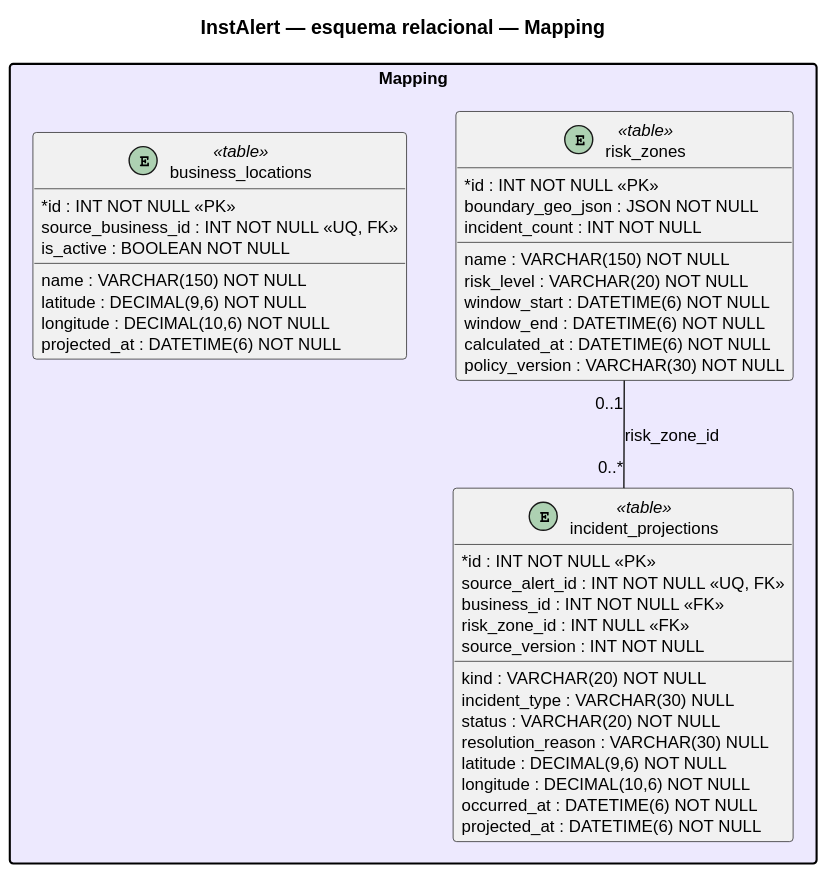
Above: assets/Chapter4/database-diagrams/mapping.svg in LosIncreiblesCorp/losIncreibles-project-report (PlantUML), before the change. Its diagram source:
```plantuml
@startuml
skinparam shadowing false
skinparam classAttributeIconSize 0
skinparam packageStyle rectangle
skinparam linetype polyline
skinparam defaultFontName SansSerif
skinparam defaultFontSize 12
hide empty members
title InstAlert — esquema relacional — Mapping
package "Mapping" #EDE9FE {
entity "risk_zones" as D_risk_zones <<table>> {
* id : INT NOT NULL <<PK>>
  name : VARCHAR(150) NOT NULL
  boundary_geo_json : JSON NOT NULL
  risk_level : VARCHAR(20) NOT NULL
  incident_count : INT NOT NULL
  window_start : DATETIME(6) NOT NULL
  window_end : DATETIME(6) NOT NULL
  calculated_at : DATETIME(6) NOT NULL
  policy_version : VARCHAR(30) NOT NULL
}
entity "incident_projections" as D_incident_projections <<table>> {
* id : INT NOT NULL <<PK>>
  source_alert_id : INT NOT NULL <<UQ, FK>>
  business_id : INT NOT NULL <<FK>>
  risk_zone_id : INT NULL <<FK>>
  kind : VARCHAR(20) NOT NULL
  incident_type : VARCHAR(30) NULL
  status : VARCHAR(20) NOT NULL
  resolution_reason : VARCHAR(30) NULL
  latitude : DECIMAL(9,6) NOT NULL
  longitude : DECIMAL(10,6) NOT NULL
  occurred_at : DATETIME(6) NOT NULL
  source_version : INT NOT NULL
  projected_at : DATETIME(6) NOT NULL
}
entity "business_locations" as D_business_locations <<table>> {
* id : INT NOT NULL <<PK>>
  source_business_id : INT NOT NULL <<UQ, FK>>
  name : VARCHAR(150) NOT NULL
  latitude : DECIMAL(9,6) NOT NULL
  longitude : DECIMAL(10,6) NOT NULL
  is_active : BOOLEAN NOT NULL
  projected_at : DATETIME(6) NOT NULL
}
}
D_risk_zones "0..1" -- "0..*" D_incident_projections : risk_zone_id
@enduml
```
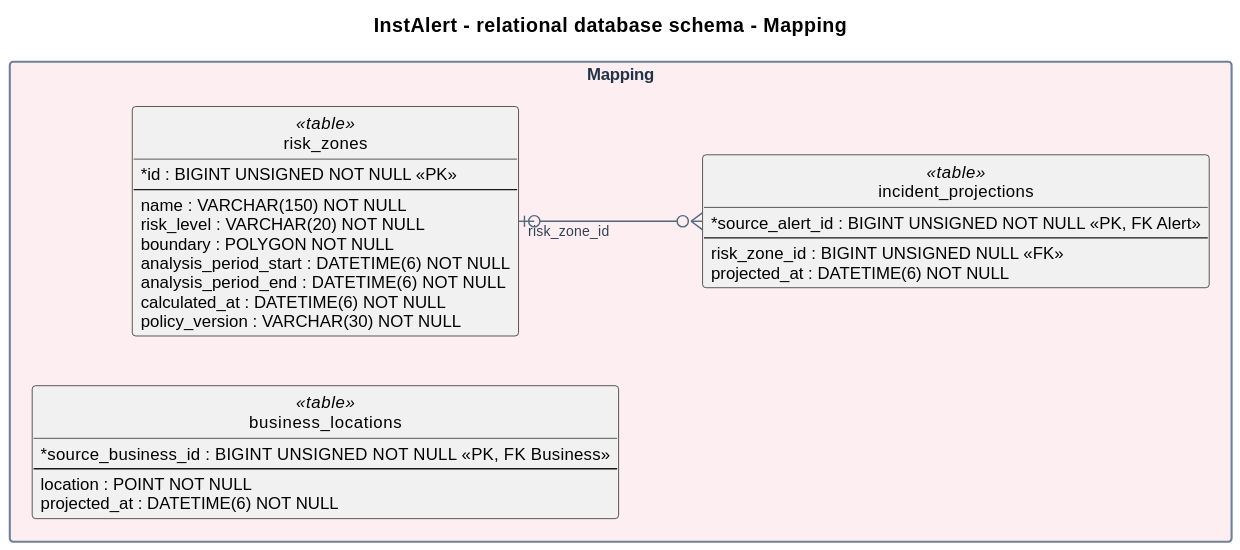
After the change.

Change to the diagram source:
```diff
@@ -1,48 +1,47 @@
 @startuml
+left to right direction
 skinparam shadowing false
+skinparam packageStyle rectangle
+skinparam packageBorderColor #718096
+skinparam packageFontColor #243347
+skinparam entityBackgroundColor #FFFFFF
+skinparam entityBorderColor #64748B
+skinparam entityFontColor #111827
+skinparam entityAttributeFontColor #334155
 skinparam classAttributeIconSize 0
-skinparam packageStyle rectangle
-skinparam linetype polyline
-skinparam defaultFontName SansSerif
+skinparam defaultFontName Arial
 skinparam defaultFontSize 12
-hide empty members
-title InstAlert — esquema relacional — Mapping
-package "Mapping" #EDE9FE {
-entity "risk_zones" as D_risk_zones <<table>> {
-* id : INT NOT NULL <<PK>>
-  name : VARCHAR(150) NOT NULL
-  boundary_geo_json : JSON NOT NULL
-  risk_level : VARCHAR(20) NOT NULL
-  incident_count : INT NOT NULL
-  window_start : DATETIME(6) NOT NULL
-  window_end : DATETIME(6) NOT NULL
-  calculated_at : DATETIME(6) NOT NULL
-  policy_version : VARCHAR(30) NOT NULL
+skinparam ArrowColor #52677C
+skinparam ArrowFontColor #334155
+skinparam ArrowFontSize 10
+skinparam linetype ortho
+hide methods
+hide circle
+title InstAlert - relational database schema - Mapping
+package "Mapping" as mappingContext #FCEEF1 {
+  entity "risk_zones" as riskZones <<table>> {
+    *id : BIGINT UNSIGNED NOT NULL <<PK>>
+    --
+    name : VARCHAR(150) NOT NULL
+    risk_level : VARCHAR(20) NOT NULL
+    boundary : POLYGON NOT NULL
+    analysis_period_start : DATETIME(6) NOT NULL
+    analysis_period_end : DATETIME(6) NOT NULL
+    calculated_at : DATETIME(6) NOT NULL
+    policy_version : VARCHAR(30) NOT NULL
+  }
+  entity "incident_projections" as incidentProjections <<table>> {
+    *source_alert_id : BIGINT UNSIGNED NOT NULL <<PK, FK Alert>>
+    --
+    risk_zone_id : BIGINT UNSIGNED NULL <<FK>>
+    projected_at : DATETIME(6) NOT NULL
+  }
+  entity "business_locations" as businessLocations <<table>> {
+    *source_business_id : BIGINT UNSIGNED NOT NULL <<PK, FK Business>>
+    --
+    location : POINT NOT NULL
+    projected_at : DATETIME(6) NOT NULL
+  }
 }
-entity "incident_projections" as D_incident_projections <<table>> {
-* id : INT NOT NULL <<PK>>
-  source_alert_id : INT NOT NULL <<UQ, FK>>
-  business_id : INT NOT NULL <<FK>>
-  risk_zone_id : INT NULL <<FK>>
-  kind : VARCHAR(20) NOT NULL
-  incident_type : VARCHAR(30) NULL
-  status : VARCHAR(20) NOT NULL
-  resolution_reason : VARCHAR(30) NULL
-  latitude : DECIMAL(9,6) NOT NULL
-  longitude : DECIMAL(10,6) NOT NULL
-  occurred_at : DATETIME(6) NOT NULL
-  source_version : INT NOT NULL
-  projected_at : DATETIME(6) NOT NULL
-}
-entity "business_locations" as D_business_locations <<table>> {
-* id : INT NOT NULL <<PK>>
-  source_business_id : INT NOT NULL <<UQ, FK>>
-  name : VARCHAR(150) NOT NULL
-  latitude : DECIMAL(9,6) NOT NULL
-  longitude : DECIMAL(10,6) NOT NULL
-  is_active : BOOLEAN NOT NULL
-  projected_at : DATETIME(6) NOT NULL
-}
-}
-D_risk_zones "0..1" -- "0..*" D_incident_projections : risk_zone_id
+riskZones |o--o{ incidentProjections : risk_zone_id
 @enduml
```
